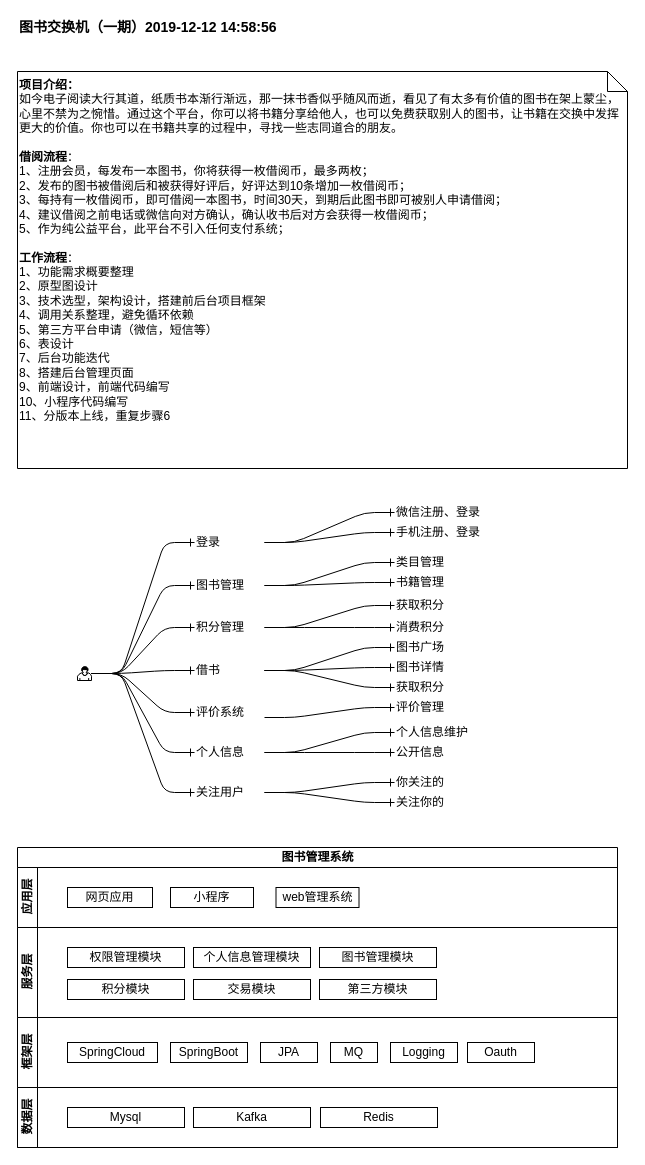
The draw.io diagram 恶毒大学生.drawio in TremBear/drawIo, before the edit. Source tidied: cells renumbered, new cells numbered last; positions are measured from the earlier drawing's top-left corner, leaving out a move shared by most shapes. Both pictures are drawn from the tidied source at 100%, with x=0, y=0 at pixel (17, 17).
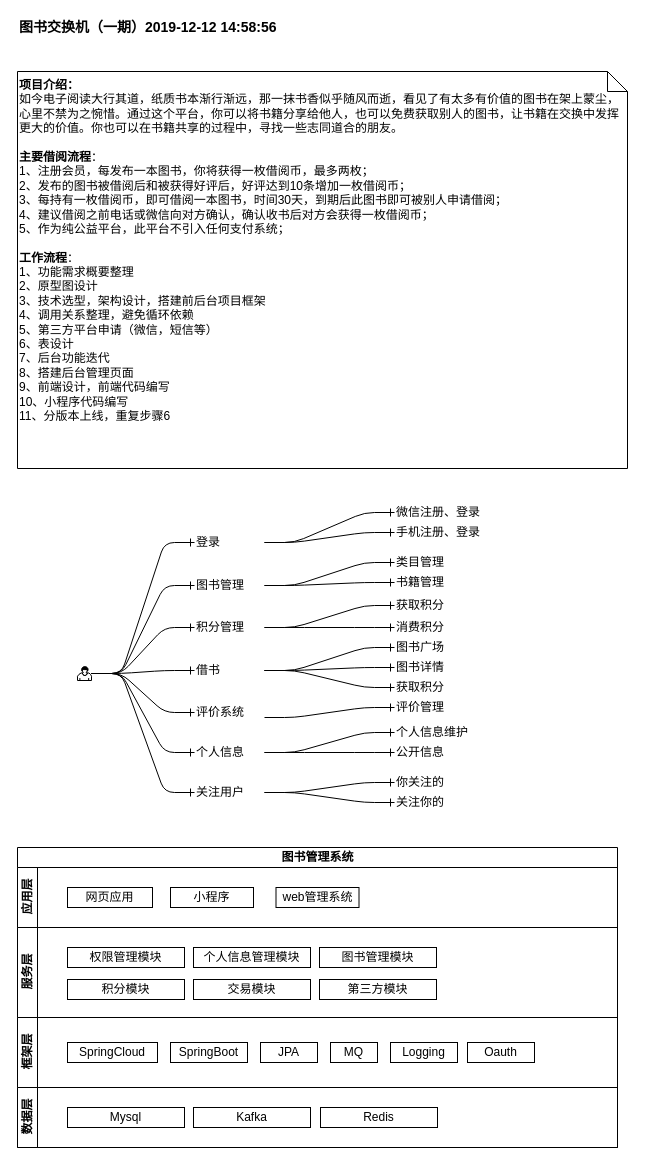
The same page after the edit.

Commit message (it also covers changes not shown here):
更新恶毒大学生.drawio

Change to the diagram source:
```diff
@@
-    <mxCell id="70" value="&lt;b&gt;项目介绍：&lt;/b&gt;&lt;br&gt;如今电子阅读大行其道，纸质书本渐行渐远，那一抹书香似乎随风而逝，看见了有太多有价值的图书在架上蒙尘，心里不禁为之惋惜。通过这个平台，你可以将书籍分享给他人，也可以免费获取别人的图书，让书籍在交换中发挥更大的价值。你也可以在书籍共享的过程中，寻找一些志同道合的朋友。&lt;br&gt;&lt;br&gt;&lt;b&gt;借阅流程&lt;/b&gt;：&lt;br&gt;1、注册会员，每发布一本图书，你将获得一枚借阅币，最多两枚；&lt;br&gt;2、发布的图书被借阅后和被获得好评后，好评达到10条增加一枚借阅币；&lt;br&gt;3、每持有一枚借阅币，即可借阅一本图书，时间30天，到期后此图书即可被别人申请借阅；&lt;br&gt;4、建议借阅之前电话或微信向对方确认，确认收书后对方会获得一枚借阅币；&lt;br&gt;5、作为纯公益平台，此平台不引入任何支付系统；&lt;br&gt;&lt;br&gt;&lt;b&gt;工作流程&lt;/b&gt;：&lt;br&gt;1、功能需求概要整理&lt;br&gt;2、原型图设计&lt;br&gt;3、技术选型，架构设计，搭建前后台项目框架&lt;br&gt;4、调用关系整理，避免循环依赖&lt;br&gt;5、第三方平台申请（微信，短信等）&lt;br&gt;6、表设计&lt;br&gt;7、后台功能迭代&lt;br&gt;8、搭建后台管理页面&lt;br&gt;9、前端设计，前端代码编写&lt;br&gt;10、小程序代码编写&lt;br&gt;11、分版本上线，重复步骤6" style="shape=note;size=20;whiteSpace=wrap;html=1;align=left;verticalAlign=top;" parent="1" vertex="1">
+    <mxCell id="70" value="&lt;b&gt;项目介绍：&lt;/b&gt;&lt;br&gt;如今电子阅读大行其道，纸质书本渐行渐远，那一抹书香似乎随风而逝，看见了有太多有价值的图书在架上蒙尘，心里不禁为之惋惜。通过这个平台，你可以将书籍分享给他人，也可以免费获取别人的图书，让书籍在交换中发挥更大的价值。你也可以在书籍共享的过程中，寻找一些志同道合的朋友。&lt;br&gt;&lt;br&gt;&lt;b&gt;主要借阅流程&lt;/b&gt;：&lt;br&gt;1、注册会员，每发布一本图书，你将获得一枚借阅币，最多两枚；&lt;br&gt;2、发布的图书被借阅后和被获得好评后，好评达到10条增加一枚借阅币；&lt;br&gt;3、每持有一枚借阅币，即可借阅一本图书，时间30天，到期后此图书即可被别人申请借阅；&lt;br&gt;4、建议借阅之前电话或微信向对方确认，确认收书后对方会获得一枚借阅币；&lt;br&gt;5、作为纯公益平台，此平台不引入任何支付系统；&lt;br&gt;&lt;br&gt;&lt;b&gt;工作流程&lt;/b&gt;：&lt;br&gt;1、功能需求概要整理&lt;br&gt;2、原型图设计&lt;br&gt;3、技术选型，架构设计，搭建前后台项目框架&lt;br&gt;4、调用关系整理，避免循环依赖&lt;br&gt;5、第三方平台申请（微信，短信等）&lt;br&gt;6、表设计&lt;br&gt;7、后台功能迭代&lt;br&gt;8、搭建后台管理页面&lt;br&gt;9、前端设计，前端代码编写&lt;br&gt;10、小程序代码编写&lt;br&gt;11、分版本上线，重复步骤6" style="shape=note;size=20;whiteSpace=wrap;html=1;align=left;verticalAlign=top;" parent="1" vertex="1">
       <mxGeometry y="54" width="610" height="397" as="geometry" />
     </mxCell>
```
